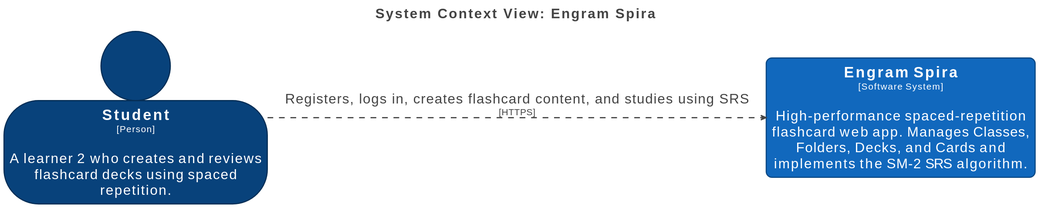
IamTPL/engram-spira keeps this PlantUML diagram as apps/web/public/docs/c4/01_context.svg. Above is the earlier version.
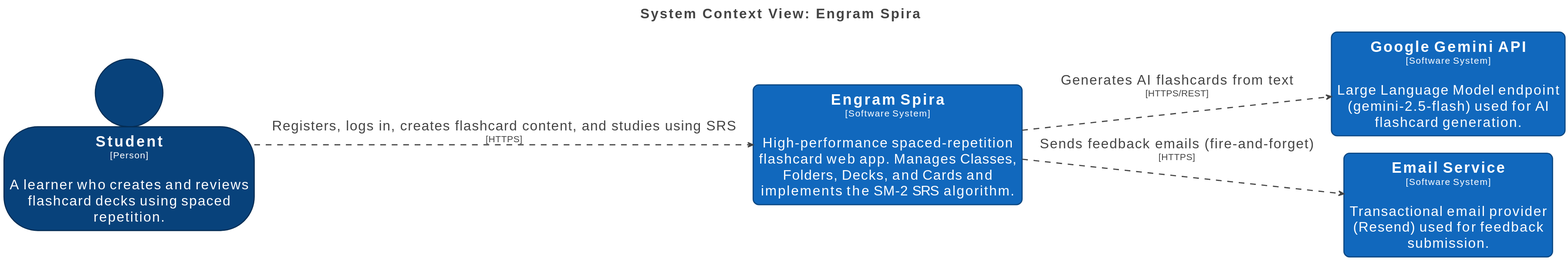
The same diagram one commit later.

What changed in the source:
```diff
@@ -47,8 +47,12 @@
   }
 </style>
 
-person "==Student\n<size:16>[Person]</size>\n\nA learner 2 who creates and reviews flashcard decks using spaced repetition." <<Element-RWxlbWVudCxQZXJzb24=>> as Student
+person "==Student\n<size:16>[Person]</size>\n\nA learner who creates and reviews flashcard decks using spaced repetition." <<Element-RWxlbWVudCxQZXJzb24=>> as Student
+rectangle "==Google Gemini API\n<size:16>[Software System]</size>\n\nLarge Language Model endpoint (gemini-2.5-flash) used for AI flashcard generation." <<Element-RWxlbWVudCxTb2Z0d2FyZSBTeXN0ZW0=>> as GoogleGeminiAPI
+rectangle "==Email Service\n<size:16>[Software System]</size>\n\nTransactional email provider (Resend) used for feedback submission." <<Element-RWxlbWVudCxTb2Z0d2FyZSBTeXN0ZW0=>> as EmailService
 rectangle "==Engram Spira\n<size:16>[Software System]</size>\n\nHigh-performance spaced-repetition flashcard web app. Manages Classes, Folders, Decks, and Cards and implements the SM-2 SRS algorithm." <<Element-RWxlbWVudCxTb2Z0d2FyZSBTeXN0ZW0=>> as EngramSpira
 
 Student --> EngramSpira <<Relationship-UmVsYXRpb25zaGlw>> : "Registers, logs in, creates flashcard content, and studies using SRS\n<size:16>[HTTPS]</size>"
+EngramSpira --> GoogleGeminiAPI <<Relationship-UmVsYXRpb25zaGlw>> : "Generates AI flashcards from text\n<size:16>[HTTPS/REST]</size>"
+EngramSpira --> EmailService <<Relationship-UmVsYXRpb25zaGlw>> : "Sends feedback emails (fire-and-forget)\n<size:16>[HTTPS]</size>"
 @enduml
```
